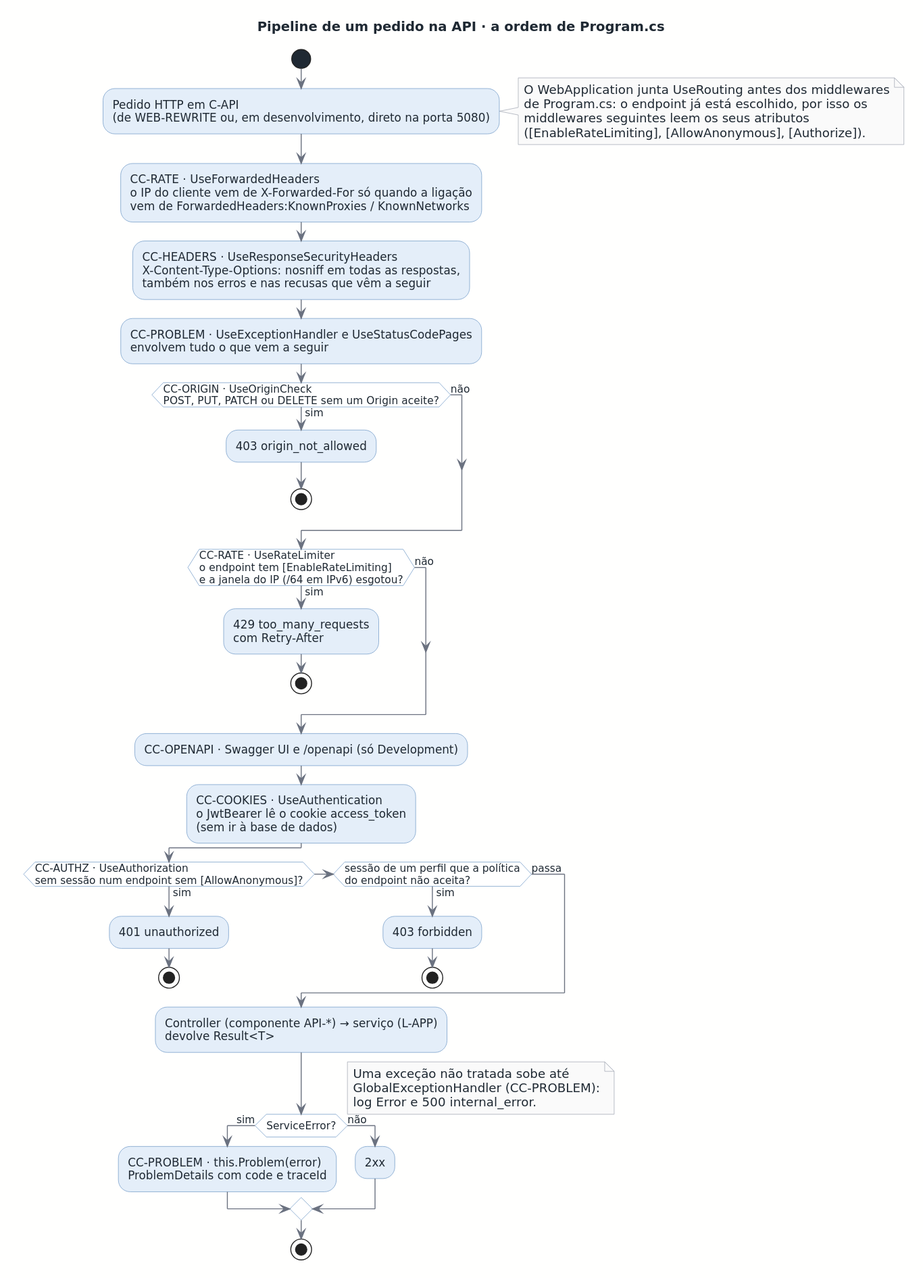
This is docs/architecture/out/process-pipeline.svg from rodrigo4sousa/SportsEstablishments, a PlantUML export, as it was before one commit.
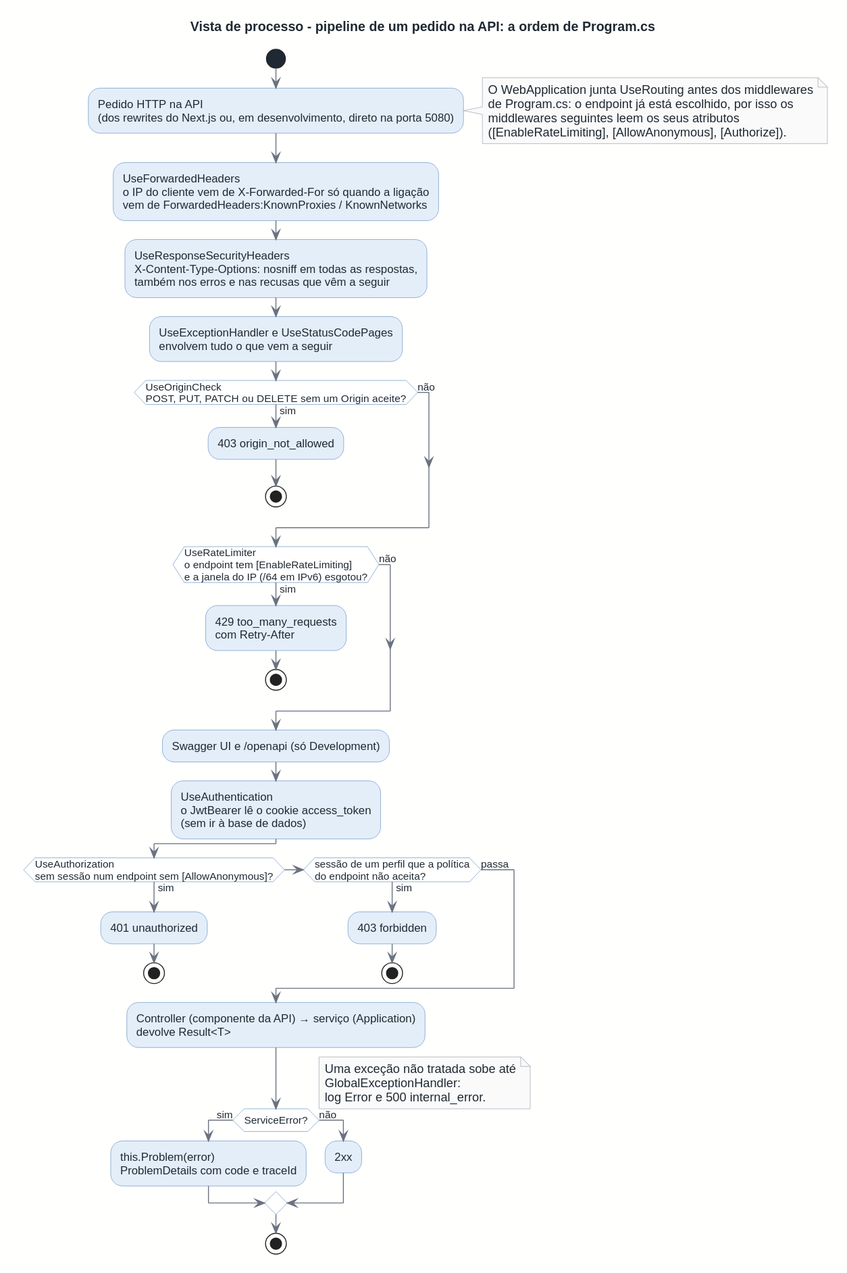
The same file after the commit.

The edit, as a diff of the source:
```diff
@@ -1,32 +1,32 @@
 @startuml
 !include ../style.puml
 
-title Pipeline de um pedido na API · a ordem de Program.cs
+title Vista de processo - pipeline de um pedido na API: a ordem de Program.cs
 
 start
-:Pedido HTTP em C-API
-(de WEB-REWRITE ou, em desenvolvimento, direto na porta 5080);
+:Pedido HTTP na API
+(dos rewrites do Next.js ou, em desenvolvimento, direto na porta 5080);
 note right
   O WebApplication junta UseRouting antes dos middlewares
   de Program.cs: o endpoint já está escolhido, por isso os
   middlewares seguintes leem os seus atributos
   ([EnableRateLimiting], [AllowAnonymous], [Authorize]).
 end note
-:CC-RATE · UseForwardedHeaders
+:UseForwardedHeaders
 o IP do cliente vem de X-Forwarded-For só quando a ligação
 vem de ForwardedHeaders:KnownProxies / KnownNetworks;
-:CC-HEADERS · UseResponseSecurityHeaders
+:UseResponseSecurityHeaders
 X-Content-Type-Options: nosniff em todas as respostas,
 também nos erros e nas recusas que vêm a seguir;
-:CC-PROBLEM · UseExceptionHandler e UseStatusCodePages
+:UseExceptionHandler e UseStatusCodePages
 envolvem tudo o que vem a seguir;
-if (CC-ORIGIN · UseOriginCheck
+if (UseOriginCheck
 POST, PUT, PATCH ou DELETE sem um Origin aceite?) then (sim)
   :403 origin_not_allowed;
   stop
 else (não)
 endif
-if (CC-RATE · UseRateLimiter
+if (UseRateLimiter
 o endpoint tem [EnableRateLimiting]
 e a janela do IP (/64 em IPv6) esgotou?) then (sim)
   :429 too_many_requests
@@ -34,11 +34,11 @@
   stop
 else (não)
 endif
-:CC-OPENAPI · Swagger UI e /openapi (só Development);
-:CC-COOKIES · UseAuthentication
+:Swagger UI e /openapi (só Development);
+:UseAuthentication
 o JwtBearer lê o cookie access_token
 (sem ir à base de dados);
-if (CC-AUTHZ · UseAuthorization
+if (UseAuthorization
 sem sessão num endpoint sem [AllowAnonymous]?) then (sim)
   :401 unauthorized;
   stop
@@ -48,17 +48,17 @@
   stop
 else (passa)
 endif
-:Controller (componente API-*) → serviço (L-APP)
+:Controller (componente da API) → serviço (Application)
 devolve Result<T>;
 if (ServiceError?) then (sim)
-  :CC-PROBLEM · this.Problem(error)
+  :this.Problem(error)
   ProblemDetails com code e traceId;
 else (não)
   :2xx;
 endif
 note right
   Uma exceção não tratada sobe até
-  GlobalExceptionHandler (CC-PROBLEM):
+  GlobalExceptionHandler:
   log Error e 500 internal_error.
 end note
 stop
```
